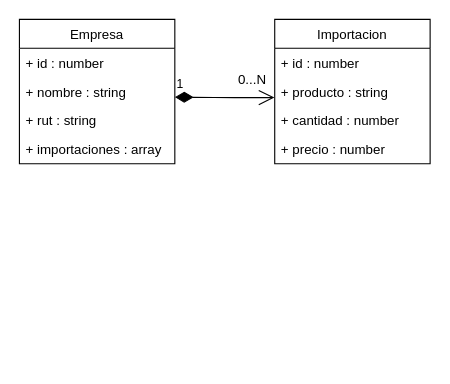
This is UML.drawio from Tatsuo1987/M4-EG3, a draw.io file, before an edit. Source tidied: cells renumbered, new cells numbered last; positions are measured from the earlier drawing's top-left corner, leaving out a move shared by most shapes. Both pictures are drawn from the tidied source at 111%, with x=0, y=0 at pixel (19, 19).
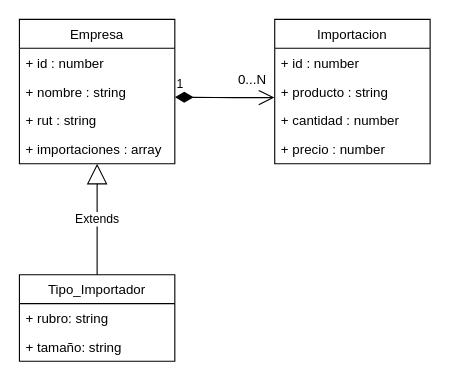
Above is the later version.

Commit message (it also covers changes not shown here):
extends class

Diff of the diagram source:
```diff
@@
 <mxGraphModel>
   <root>
     <mxCell id="0" />
     <mxCell id="1" parent="0" />
     <mxCell id="2" value="Empresa" style="swimlane;fontStyle=0;horizontal=1;startSize=26;fillColor=none;" parent="1" vertex="1">
       <mxGeometry width="140" height="130" as="geometry" />
     </mxCell>
     <mxCell id="3" value="+ id : number" style="text;strokeColor=none;fillColor=none;align=left;verticalAlign=top;spacingLeft=4;spacingRight=4;overflow=hidden;" parent="2" vertex="1">
       <mxGeometry y="26" width="140" height="26" as="geometry" />
     </mxCell>
     <mxCell id="4" value="+ nombre : string" style="text;strokeColor=none;fillColor=none;align=left;verticalAlign=top;spacingLeft=4;spacingRight=4;overflow=hidden;" parent="2" vertex="1">
       <mxGeometry y="52" width="140" height="26" as="geometry" />
     </mxCell>
     <mxCell id="5" value="+ rut : string" style="text;strokeColor=none;fillColor=none;align=left;verticalAlign=top;spacingLeft=4;spacingRight=4;overflow=hidden;" parent="2" vertex="1">
       <mxGeometry y="78" width="140" height="26" as="geometry" />
     </mxCell>
     <mxCell id="6" value="+ importaciones : array" style="text;strokeColor=none;fillColor=none;align=left;verticalAlign=top;spacingLeft=4;spacingRight=4;overflow=hidden;points=[[0,0.5],[1,0.5]];portConstraint=eastwest;" parent="2" vertex="1">
       <mxGeometry y="104" width="140" height="26" as="geometry" />
     </mxCell>
     <mxCell id="7" value="Importacion" style="swimlane;fontStyle=0;horizontal=1;startSize=26;fillColor=none;" parent="1" vertex="1">
       <mxGeometry x="230" width="140" height="130" as="geometry" />
     </mxCell>
     <mxCell id="8" value="+ id : number" style="text;strokeColor=none;fillColor=none;align=left;verticalAlign=top;spacingLeft=4;spacingRight=4;overflow=hidden;" parent="7" vertex="1">
       <mxGeometry y="26" width="140" height="26" as="geometry" />
     </mxCell>
     <mxCell id="9" value="+ producto : string" style="text;strokeColor=none;fillColor=none;align=left;verticalAlign=top;spacingLeft=4;spacingRight=4;overflow=hidden;points=[[0,0.5],[1,0.5]];portConstraint=eastwest;" parent="7" vertex="1">
       <mxGeometry y="52" width="140" height="26" as="geometry" />
     </mxCell>
     <mxCell id="10" value="+ cantidad : number" style="text;strokeColor=none;fillColor=none;align=left;verticalAlign=top;spacingLeft=4;spacingRight=4;overflow=hidden;" parent="7" vertex="1">
       <mxGeometry y="78" width="140" height="26" as="geometry" />
     </mxCell>
     <mxCell id="11" value="+ precio : number" style="text;strokeColor=none;fillColor=none;align=left;verticalAlign=top;spacingLeft=4;spacingRight=4;overflow=hidden;" parent="7" vertex="1">
       <mxGeometry y="104" width="140" height="26" as="geometry" />
     </mxCell>
     <mxCell id="12" value="1" style="endArrow=open;html=1;endSize=12;startArrow=diamondThin;startSize=14;startFill=1;edgeStyle=orthogonalEdgeStyle;align=left;verticalAlign=bottom;entryX=-0.002;entryY=0.709;entryDx=0;entryDy=0;entryPerimeter=0;" parent="1" edge="1" target="9">
       <mxGeometry x="-1" y="3" relative="1" as="geometry">
         <mxPoint x="140" y="70" as="sourcePoint" />
       </mxGeometry>
     </mxCell>
     <mxCell id="13" value="0...N" style="text;html=1;strokeColor=none;fillColor=none;align=center;verticalAlign=middle;whiteSpace=wrap;rounded=0;" parent="1" vertex="1">
       <mxGeometry x="180" y="40" width="60" height="30" as="geometry" />
     </mxCell>
+    <mxCell id="14" value="Tipo_Importador" style="swimlane;fontStyle=0;horizontal=1;startSize=26;fillColor=none;" parent="1" vertex="1">
+      <mxGeometry y="230" width="140" height="78" as="geometry" />
+    </mxCell>
+    <mxCell id="15" value="+ rubro: string" style="text;strokeColor=none;fillColor=none;align=left;verticalAlign=top;spacingLeft=4;spacingRight=4;overflow=hidden;" parent="14" vertex="1">
+      <mxGeometry y="26" width="140" height="26" as="geometry" />
+    </mxCell>
+    <mxCell id="16" value="+ tamaño: string" style="text;strokeColor=none;fillColor=none;align=left;verticalAlign=top;spacingLeft=4;spacingRight=4;overflow=hidden;" parent="14" vertex="1">
+      <mxGeometry y="52" width="140" height="26" as="geometry" />
+    </mxCell>
+    <mxCell id="17" value="Extends" style="endArrow=block;endSize=16;endFill=0;html=1;exitX=0.5;exitY=0;exitDx=0;exitDy=0;" parent="1" edge="1" source="14" target="6">
+      <mxGeometry relative="1" as="geometry" />
+    </mxCell>
   </root>
 </mxGraphModel>
```
